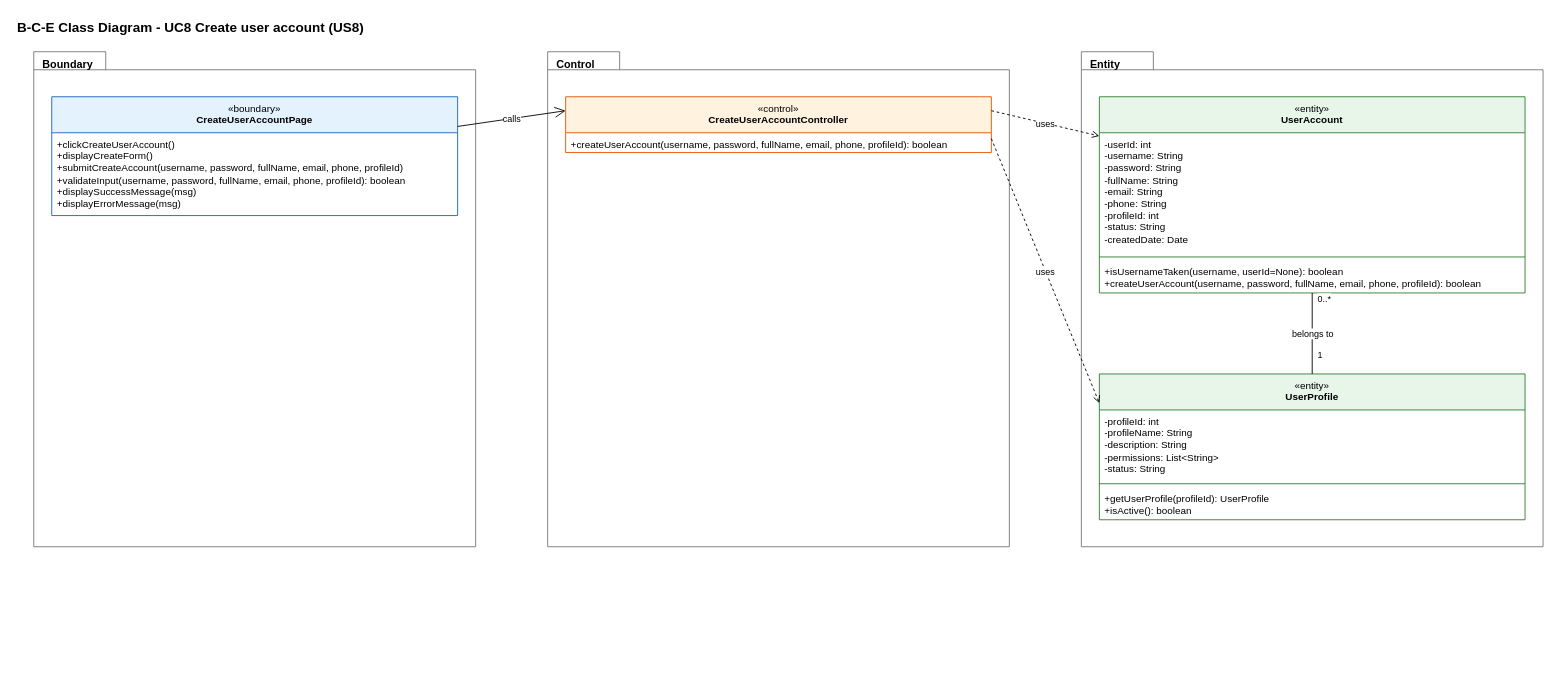
The draw.io diagram page "5 BCE Class Diagram" (5 of 6) of Sprint_1/US8 - Create User Account/US8 Create user account.drawio in Hanzxc/CSIT314-ARCHSS, before the edit. Source tidied: cells renumbered, new cells numbered last; positions are measured from the earlier drawing's top-left corner, leaving out a move shared by most shapes. Both pictures are drawn from the tidied source at 90%, with x=0, y=0 at pixel (15, 15).
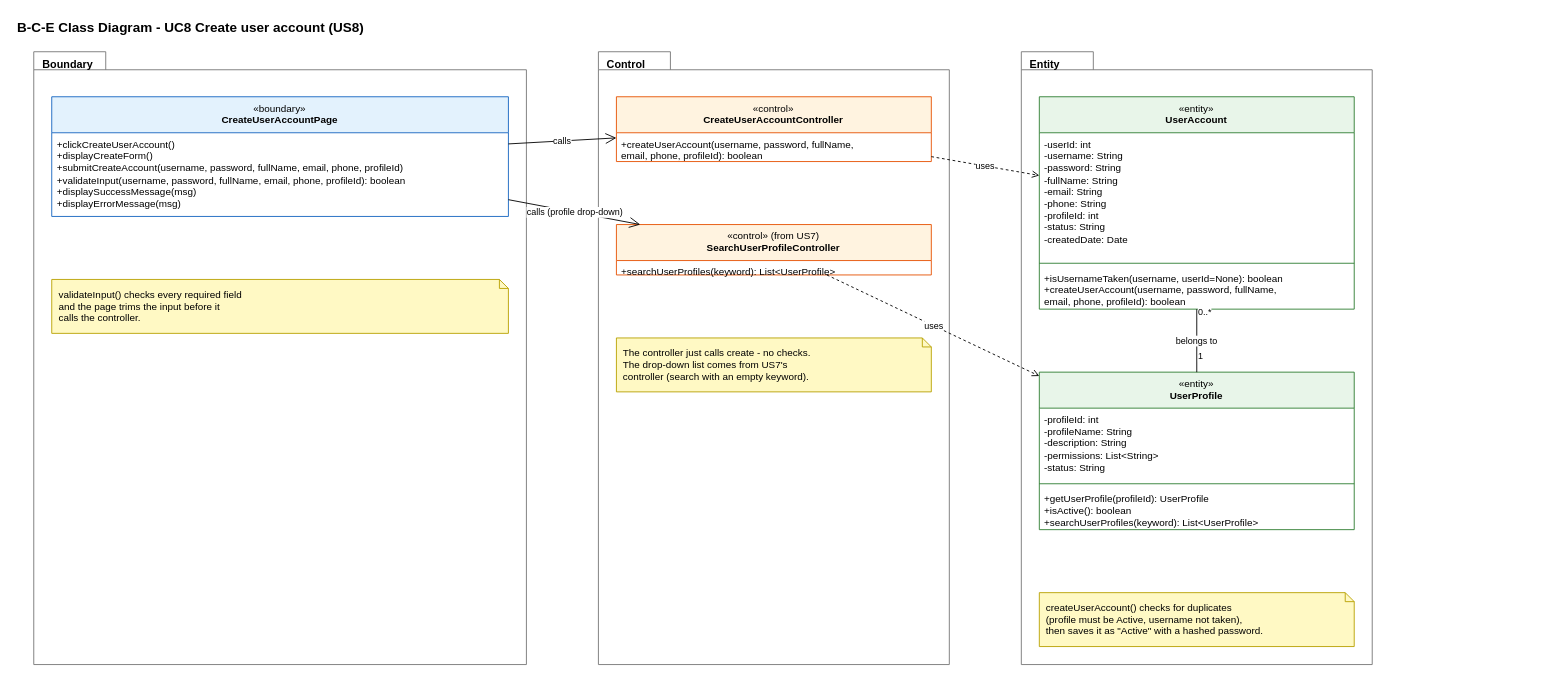
After the change.

What changed in the source:
```diff
@@
     <mxCell id="2" value="&lt;b&gt;B-C-E Class Diagram - UC8 Create user account (US8)&lt;/b&gt;" style="text;html=1;strokeColor=none;fillColor=none;align=left;verticalAlign=middle;whiteSpace=nowrap;fontSize=15;fontColor=#000000;" parent="1" vertex="1">
-      <mxGeometry width="398.5" height="24" as="geometry" />
+      <mxGeometry width="485.9" height="24" as="geometry" />
     </mxCell>
     <mxCell id="3" value="&lt;b&gt;Boundary&lt;/b&gt;" style="shape=folder;tabWidth=80;tabHeight=20;tabPosition=left;html=1;verticalAlign=top;align=left;spacingLeft=8;spacingTop=0;fillColor=none;fontSize=12;strokeColor=#777777;fontColor=#000000;" parent="1" vertex="1">
-      <mxGeometry x="20" y="40" width="491" height="550" as="geometry" />
+      <mxGeometry x="20" y="40" width="547.4" height="680.9" as="geometry" />
     </mxCell>
-    <mxCell id="4" value="&lt;b&gt;Control&lt;/b&gt;" style="shape=folder;tabWidth=80;tabHeight=20;tabPosition=left;html=1;verticalAlign=top;align=left;spacingLeft=8;spacingTop=0;fillColor=none;fontSize=12;strokeColor=#777777;fontColor=#000000;" parent="1" vertex="1">
-      <mxGeometry x="591" y="40" width="513" height="550" as="geometry" />
-    </mxCell>
-    <mxCell id="5" value="&lt;b&gt;Entity&lt;/b&gt;" style="shape=folder;tabWidth=80;tabHeight=20;tabPosition=left;html=1;verticalAlign=top;align=left;spacingLeft=8;spacingTop=0;fillColor=none;fontSize=12;strokeColor=#777777;fontColor=#000000;" parent="1" vertex="1">
-      <mxGeometry x="1184" y="40" width="513" height="550" as="geometry" />
-    </mxCell>
     <mxCell id="6" value="«boundary»&lt;br&gt;&lt;b&gt;CreateUserAccountPage&lt;/b&gt;" style="swimlane;fontStyle=0;align=center;verticalAlign=top;horizontal=1;startSize=40;html=1;whiteSpace=wrap;fontSize=11;fillColor=#E3F2FD;strokeColor=#1565C0;swimlaneFillColor=#FFFFFF;fontColor=#000000;" parent="1" vertex="1">
-      <mxGeometry x="40" y="90" width="451" height="132" as="geometry" />
+      <mxGeometry x="40" y="90" width="507.4" height="133" as="geometry" />
     </mxCell>
     <mxCell id="7" value="+clickCreateUserAccount()&lt;br&gt;+displayCreateForm()&lt;br&gt;+submitCreateAccount(username, password, fullName, email, phone, profileId)&lt;br&gt;+validateInput(username, password, fullName, email, phone, profileId): boolean&lt;br&gt;+displaySuccessMessage(msg)&lt;br&gt;+displayErrorMessage(msg)" style="text;strokeColor=none;fillColor=none;align=left;verticalAlign=top;spacingLeft=4;spacingRight=4;overflow=hidden;whiteSpace=nowrap;html=1;fontSize=11;fontColor=#000000;" parent="6" vertex="1">
-      <mxGeometry y="40" width="451" height="92" as="geometry" />
+      <mxGeometry y="40" width="507.4" height="93" as="geometry" />
     </mxCell>
+    <mxCell id="24" value="validateInput() checks every required field&lt;br&gt;and the page trims the input before it&lt;br&gt;calls the controller." style="shape=note;whiteSpace=wrap;html=1;size=10;fillColor=#FFF9C4;strokeColor=#B8A100;align=left;verticalAlign=top;spacingLeft=6;spacingRight=4;spacingTop=4;fontSize=11;fontColor=#000000;" parent="1" vertex="1">
+      <mxGeometry x="40" y="293" width="507.4" height="59.9" as="geometry" />
+    </mxCell>
+    <mxCell id="4" value="&lt;b&gt;Control&lt;/b&gt;" style="shape=folder;tabWidth=80;tabHeight=20;tabPosition=left;html=1;verticalAlign=top;align=left;spacingLeft=8;spacingTop=0;fillColor=none;fontSize=12;strokeColor=#777777;fontColor=#000000;" parent="1" vertex="1">
+      <mxGeometry x="647.4" y="40" width="389.9" height="680.9" as="geometry" />
+    </mxCell>
     <mxCell id="8" value="«control»&lt;br&gt;&lt;b&gt;CreateUserAccountController&lt;/b&gt;" style="swimlane;fontStyle=0;align=center;verticalAlign=top;horizontal=1;startSize=40;html=1;whiteSpace=wrap;fontSize=11;fillColor=#FFF3E0;strokeColor=#E65100;swimlaneFillColor=#FFFFFF;fontColor=#000000;" parent="1" vertex="1">
-      <mxGeometry x="611" y="90" width="473" height="62" as="geometry" />
+      <mxGeometry x="667.4" y="90" width="349.9" height="72" as="geometry" />
     </mxCell>
-    <mxCell id="9" value="+createUserAccount(username, password, fullName, email, phone, profileId): boolean" style="text;strokeColor=none;fillColor=none;align=left;verticalAlign=top;spacingLeft=4;spacingRight=4;overflow=hidden;whiteSpace=nowrap;html=1;fontSize=11;fontColor=#000000;" parent="8" vertex="1">
-      <mxGeometry y="40" width="473" height="22" as="geometry" />
+    <mxCell id="9" value="+createUserAccount(username, password, fullName,&lt;br&gt;        email, phone, profileId): boolean" style="text;strokeColor=none;fillColor=none;align=left;verticalAlign=top;spacingLeft=4;spacingRight=4;overflow=hidden;whiteSpace=nowrap;html=1;fontSize=11;fontColor=#000000;" parent="8" vertex="1">
+      <mxGeometry y="40" width="349.9" height="32" as="geometry" />
     </mxCell>
+    <mxCell id="25" value="«control» (from US7)&lt;br&gt;&lt;b&gt;SearchUserProfileController&lt;/b&gt;" style="swimlane;fontStyle=0;align=center;verticalAlign=top;horizontal=1;startSize=40;html=1;whiteSpace=wrap;fontSize=11;fillColor=#FFF3E0;strokeColor=#E65100;swimlaneFillColor=#FFFFFF;fontColor=#000000;" parent="1" vertex="1">
+      <mxGeometry x="667.4" y="232" width="349.9" height="56" as="geometry" />
+    </mxCell>
+    <mxCell id="26" value="+searchUserProfiles(keyword): List&amp;lt;UserProfile&amp;gt;" style="text;strokeColor=none;fillColor=none;align=left;verticalAlign=top;spacingLeft=4;spacingRight=4;overflow=hidden;whiteSpace=nowrap;html=1;fontSize=11;fontColor=#000000;" parent="25" vertex="1">
+      <mxGeometry y="40" width="349.9" height="16" as="geometry" />
+    </mxCell>
+    <mxCell id="27" value="The controller just calls create - no checks.&lt;br&gt;The drop-down list comes from US7's&lt;br&gt;controller (search with an empty keyword)." style="shape=note;whiteSpace=wrap;html=1;size=10;fillColor=#FFF9C4;strokeColor=#B8A100;align=left;verticalAlign=top;spacingLeft=6;spacingRight=4;spacingTop=4;fontSize=11;fontColor=#000000;" parent="1" vertex="1">
+      <mxGeometry x="667.4" y="358" width="349.9" height="59.9" as="geometry" />
+    </mxCell>
+    <mxCell id="5" value="&lt;b&gt;Entity&lt;/b&gt;" style="shape=folder;tabWidth=80;tabHeight=20;tabPosition=left;html=1;verticalAlign=top;align=left;spacingLeft=8;spacingTop=0;fillColor=none;fontSize=12;strokeColor=#777777;fontColor=#000000;" parent="1" vertex="1">
+      <mxGeometry x="1117.3" y="40" width="389.9" height="680.9" as="geometry" />
+    </mxCell>
     <mxCell id="10" value="«entity»&lt;br&gt;&lt;b&gt;UserAccount&lt;/b&gt;" style="swimlane;fontStyle=0;align=center;verticalAlign=top;horizontal=1;startSize=40;html=1;whiteSpace=wrap;fontSize=11;fillColor=#E8F5E9;strokeColor=#2E7D32;swimlaneFillColor=#FFFFFF;fontColor=#000000;" parent="1" vertex="1">
-      <mxGeometry x="1204" y="90" width="473" height="218" as="geometry" />
+      <mxGeometry x="1137.3" y="90" width="349.9" height="236" as="geometry" />
     </mxCell>
     <mxCell id="11" value="-userId: int&lt;br&gt;-username: String&lt;br&gt;-password: String&lt;br&gt;-fullName: String&lt;br&gt;-email: String&lt;br&gt;-phone: String&lt;br&gt;-profileId: int&lt;br&gt;-status: String&lt;br&gt;-createdDate: Date" style="text;strokeColor=none;fillColor=none;align=left;verticalAlign=top;spacingLeft=4;spacingRight=4;overflow=hidden;whiteSpace=nowrap;html=1;fontSize=11;fontColor=#000000;" parent="10" vertex="1">
-      <mxGeometry y="40" width="473" height="134" as="geometry" />
+      <mxGeometry y="40" width="349.9" height="141" as="geometry" />
     </mxCell>
-    <mxCell id="12" style="line;strokeWidth=1;fillColor=none;align=left;verticalAlign=middle;spacingTop=-1;spacingLeft=3;spacingRight=3;labelPosition=right;strokeColor=#2E7D32;fontColor=#000000;" parent="10" vertex="1">
-      <mxGeometry y="174" width="473" height="8" as="geometry" />
-    </mxCell>
+    <mxCell id="28" style="line;strokeWidth=1;fillColor=none;align=left;verticalAlign=middle;spacingTop=-1;spacingLeft=3;spacingRight=3;labelPosition=right;strokeColor=#2E7D32;fontColor=#000000;" parent="10" vertex="1">
+      <mxGeometry y="181" width="349.9" height="8" as="geometry" />
+    </mxCell>
-    <mxCell id="13" value="+isUsernameTaken(username, userId=None): boolean&lt;br&gt;+createUserAccount(username, password, fullName, email, phone, profileId): boolean" style="text;strokeColor=none;fillColor=none;align=left;verticalAlign=top;spacingLeft=4;spacingRight=4;overflow=hidden;whiteSpace=nowrap;html=1;fontSize=11;fontColor=#000000;" parent="10" vertex="1">
-      <mxGeometry y="182" width="473" height="36" as="geometry" />
+    <mxCell id="13" value="+isUsernameTaken(username, userId=None): boolean&lt;br&gt;+createUserAccount(username, password, fullName,&lt;br&gt;        email, phone, profileId): boolean" style="text;strokeColor=none;fillColor=none;align=left;verticalAlign=top;spacingLeft=4;spacingRight=4;overflow=hidden;whiteSpace=nowrap;html=1;fontSize=11;fontColor=#000000;" parent="10" vertex="1">
+      <mxGeometry y="189" width="349.9" height="47" as="geometry" />
     </mxCell>
     <mxCell id="14" value="«entity»&lt;br&gt;&lt;b&gt;UserProfile&lt;/b&gt;" style="swimlane;fontStyle=0;align=center;verticalAlign=top;horizontal=1;startSize=40;html=1;whiteSpace=wrap;fontSize=11;fillColor=#E8F5E9;strokeColor=#2E7D32;swimlaneFillColor=#FFFFFF;fontColor=#000000;" parent="1" vertex="1">
-      <mxGeometry x="1204" y="398" width="473" height="162" as="geometry" />
+      <mxGeometry x="1137.3" y="396" width="349.9" height="175" as="geometry" />
     </mxCell>
     <mxCell id="15" value="-profileId: int&lt;br&gt;-profileName: String&lt;br&gt;-description: String&lt;br&gt;-permissions: List&amp;lt;String&amp;gt;&lt;br&gt;-status: String" style="text;strokeColor=none;fillColor=none;align=left;verticalAlign=top;spacingLeft=4;spacingRight=4;overflow=hidden;whiteSpace=nowrap;html=1;fontSize=11;fontColor=#000000;" parent="14" vertex="1">
-      <mxGeometry y="40" width="473" height="78" as="geometry" />
+      <mxGeometry y="40" width="349.9" height="80" as="geometry" />
     </mxCell>
-    <mxCell id="16" style="line;strokeWidth=1;fillColor=none;align=left;verticalAlign=middle;spacingTop=-1;spacingLeft=3;spacingRight=3;labelPosition=right;strokeColor=#2E7D32;fontColor=#000000;" parent="14" vertex="1">
-      <mxGeometry y="118" width="473" height="8" as="geometry" />
-    </mxCell>
-    <mxCell id="17" value="+getUserProfile(profileId): UserProfile&lt;br&gt;+isActive(): boolean" style="text;strokeColor=none;fillColor=none;align=left;verticalAlign=top;spacingLeft=4;spacingRight=4;overflow=hidden;whiteSpace=nowrap;html=1;fontSize=11;fontColor=#000000;" parent="14" vertex="1">
-      <mxGeometry y="126" width="473" height="36" as="geometry" />
-    </mxCell>
+    <mxCell id="29" style="line;strokeWidth=1;fillColor=none;align=left;verticalAlign=middle;spacingTop=-1;spacingLeft=3;spacingRight=3;labelPosition=right;strokeColor=#2E7D32;fontColor=#000000;" parent="14" vertex="1">
+      <mxGeometry y="120" width="349.9" height="8" as="geometry" />
+    </mxCell>
+    <mxCell id="30" value="+getUserProfile(profileId): UserProfile&lt;br&gt;+isActive(): boolean&lt;br&gt;+searchUserProfiles(keyword): List&amp;lt;UserProfile&amp;gt;" style="text;strokeColor=none;fillColor=none;align=left;verticalAlign=top;spacingLeft=4;spacingRight=4;overflow=hidden;whiteSpace=nowrap;html=1;fontSize=11;fontColor=#000000;" parent="14" vertex="1">
+      <mxGeometry y="128" width="349.9" height="47" as="geometry" />
+    </mxCell>
+    <mxCell id="31" value="createUserAccount() checks for duplicates&lt;br&gt;(profile must be Active, username not taken),&lt;br&gt;then saves it as &quot;Active&quot; with a hashed password." style="shape=note;whiteSpace=wrap;html=1;size=10;fillColor=#FFF9C4;strokeColor=#B8A100;align=left;verticalAlign=top;spacingLeft=6;spacingRight=4;spacingTop=4;fontSize=11;fontColor=#000000;" parent="1" vertex="1">
+      <mxGeometry x="1137.3" y="641" width="349.9" height="59.9" as="geometry" />
+    </mxCell>
-    <mxCell id="18" value="calls" style="endArrow=open;endFill=0;endSize=10;html=1;rounded=0;fontSize=10;fontColor=#000000;strokeColor=#000000;labelBackgroundColor=#FFFFFF;exitX=1;exitY=0.25;exitDx=0;exitDy=0;entryX=0;entryY=0.25;entryDx=0;entryDy=0;" parent="1" edge="1" source="6" target="8">
+    <mxCell id="18" value="calls" style="endArrow=open;endFill=0;endSize=10;html=1;rounded=0;fontSize=10;fontColor=#000000;strokeColor=#000000;labelBackgroundColor=#FFFFFF;" parent="1" edge="1" source="6" target="8">
       <mxGeometry relative="1" as="geometry" />
     </mxCell>
+    <mxCell id="32" value="calls (profile drop-down)" style="endArrow=open;endFill=0;endSize=10;html=1;rounded=0;fontSize=10;fontColor=#000000;strokeColor=#000000;labelBackgroundColor=#FFFFFF;" parent="1" edge="1" source="6" target="25">
+      <mxGeometry relative="1" as="geometry" />
+    </mxCell>
-    <mxCell id="19" value="uses" style="endArrow=open;endFill=0;dashed=1;html=1;rounded=0;fontSize=10;fontColor=#000000;strokeColor=#000000;labelBackgroundColor=#FFFFFF;exitX=1;exitY=0.25;exitDx=0;exitDy=0;entryX=0;entryY=0.2;entryDx=0;entryDy=0;" parent="1" edge="1" source="8" target="10">
+    <mxCell id="19" value="uses" style="endArrow=open;endFill=0;dashed=1;html=1;rounded=0;fontSize=10;fontColor=#000000;strokeColor=#000000;labelBackgroundColor=#FFFFFF;" parent="1" edge="1" source="8" target="10">
       <mxGeometry relative="1" as="geometry" />
     </mxCell>
-    <mxCell id="20" value="uses" style="endArrow=open;endFill=0;dashed=1;html=1;rounded=0;fontSize=10;fontColor=#000000;strokeColor=#000000;labelBackgroundColor=#FFFFFF;exitX=1;exitY=0.75;exitDx=0;exitDy=0;entryX=0;entryY=0.2;entryDx=0;entryDy=0;" parent="1" edge="1" source="8" target="14">
-      <mxGeometry relative="1" as="geometry" />
-    </mxCell>
+    <mxCell id="33" value="uses" style="endArrow=open;endFill=0;dashed=1;html=1;rounded=0;fontSize=10;fontColor=#000000;strokeColor=#000000;labelBackgroundColor=#FFFFFF;" parent="1" edge="1" source="25" target="14">
+      <mxGeometry relative="1" as="geometry" />
+    </mxCell>
-    <mxCell id="21" value="belongs to" style="endArrow=none;html=1;rounded=0;fontSize=10;fontColor=#000000;strokeColor=#000000;labelBackgroundColor=#FFFFFF;exitX=0.5;exitY=1;exitDx=0;exitDy=0;entryX=0.5;entryY=0;entryDx=0;entryDy=0;" parent="1" edge="1" source="10" target="14">
+    <mxCell id="21" value="belongs to" style="endArrow=none;html=1;rounded=0;fontSize=10;fontColor=#000000;strokeColor=#000000;labelBackgroundColor=#FFFFFF;" parent="1" edge="1" source="10" target="14">
       <mxGeometry relative="1" as="geometry" />
     </mxCell>
     <mxCell id="22" value="0..*" style="edgeLabel;html=1;align=left;verticalAlign=bottom;fontSize=10;fontColor=#000000;labelBackgroundColor=#FFFFFF;" parent="21" vertex="1">
-      <mxGeometry x="-0.7" relative="1" as="geometry">
-        <mxPoint x="4" as="offset" />
-      </mxGeometry>
+      <mxGeometry x="-0.7" relative="1" as="geometry" />
     </mxCell>
     <mxCell id="23" value="1" style="edgeLabel;html=1;align=left;verticalAlign=bottom;fontSize=10;fontColor=#000000;labelBackgroundColor=#FFFFFF;" parent="21" vertex="1">
-      <mxGeometry x="0.7" relative="1" as="geometry">
-        <mxPoint x="4" as="offset" />
-      </mxGeometry>
+      <mxGeometry x="0.7" relative="1" as="geometry" />
     </mxCell>
```
